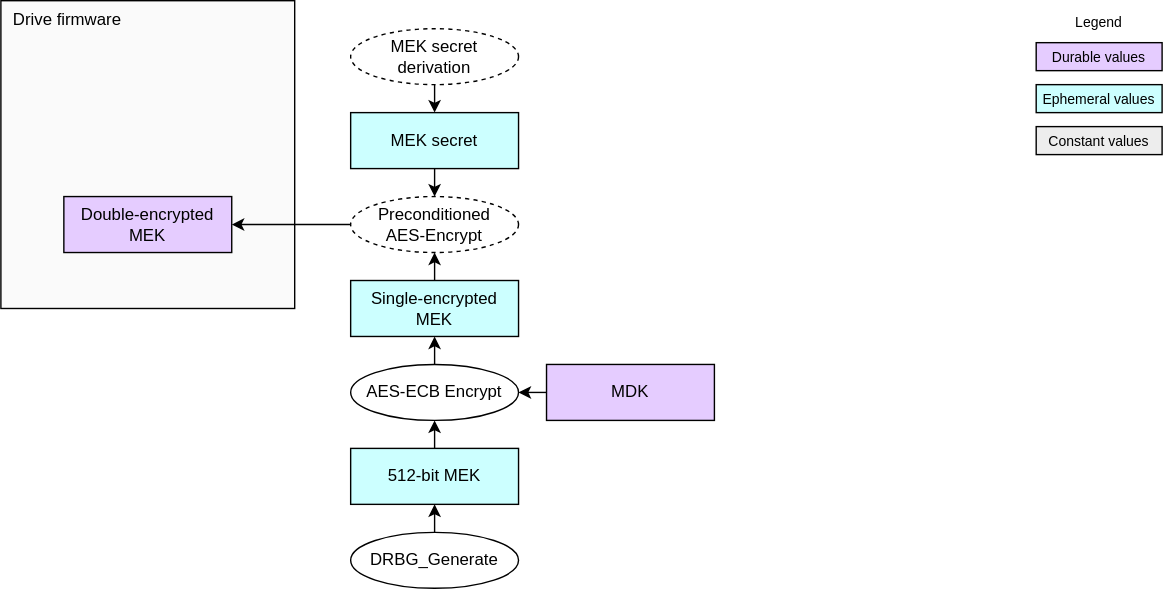
Above: doc/ocp_lock/diagrams/mek_generate.drawio.svg in chipsalliance/Caliptra (draw.io), before the change. Source tidied: cells renumbered, new cells last; positions are measured from the earlier drawing's top-left corner, leaving out a move shared by most shapes.
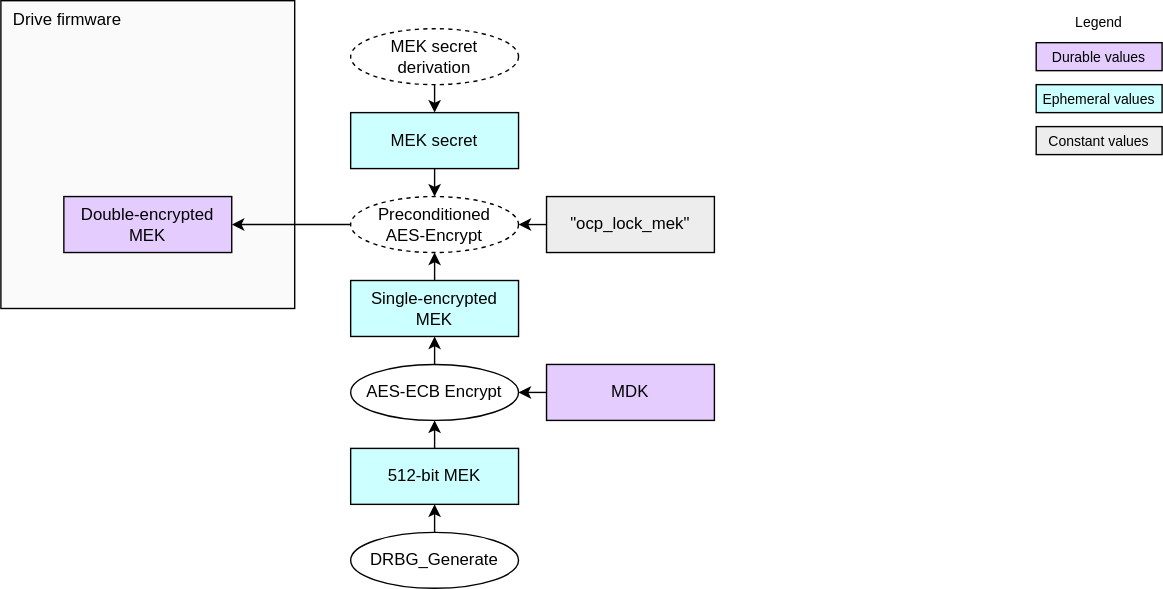
After the commit.

Commit message:
[OCP-LOCK]: Add KDF labels to diagrams (#632)

What changed in the source:
```diff
@@ -68,5 +68,11 @@
     <mxCell id="23" value="&lt;div&gt;&lt;font color=&quot;#000000&quot;&gt;512-bit MEK&lt;/font&gt;&lt;/div&gt;" style="rounded=0;whiteSpace=wrap;html=1;align=center;verticalAlign=middle;shadow=0;glass=0;spacingLeft=0;spacingBottom=0;spacingTop=0;fillColor=#CCFFFF;" parent="1" vertex="1">
       <mxGeometry x="250" y="320" width="120" height="40" as="geometry" />
     </mxCell>
+    <mxCell id="24" style="edgeStyle=none;html=1;exitX=0;exitY=0.5;exitDx=0;exitDy=0;entryX=1;entryY=0.5;entryDx=0;entryDy=0;" parent="1" edge="1" source="25" target="13">
+      <mxGeometry relative="1" as="geometry" />
+    </mxCell>
+    <mxCell id="25" value="&lt;div&gt;&lt;font color=&quot;#000000&quot;&gt;&quot;ocp_lock_mek&quot;&lt;/font&gt;&lt;/div&gt;" style="rounded=0;whiteSpace=wrap;html=1;align=center;verticalAlign=middle;shadow=0;glass=0;spacingLeft=0;spacingBottom=0;spacingTop=0;fillColor=#EDEDED;" parent="1" vertex="1">
+      <mxGeometry x="390" y="140" width="120" height="40" as="geometry" />
+    </mxCell>
   </root>
 </mxGraphModel>
```
